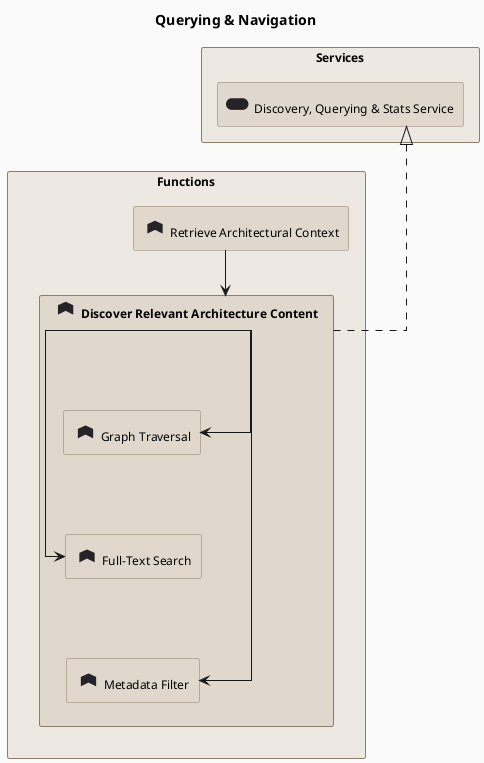
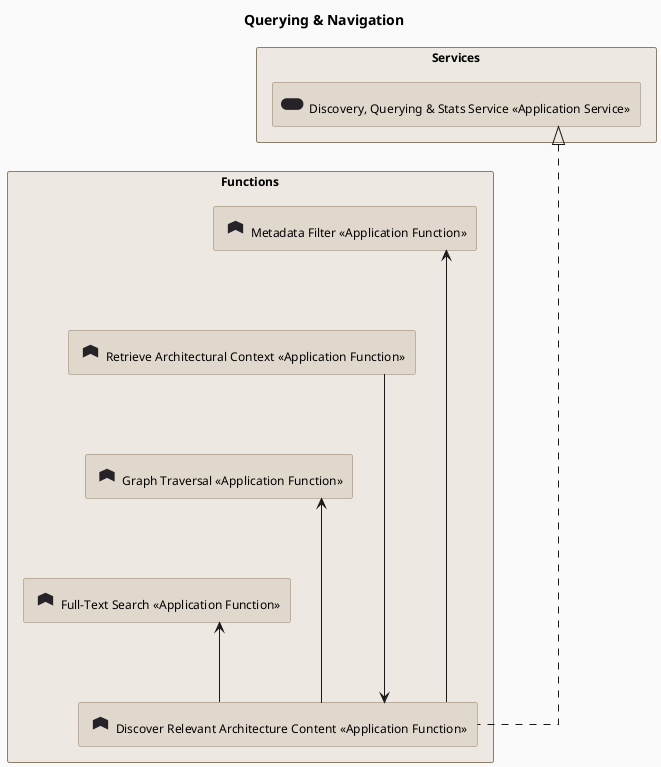
---
artifact-id: ARC@1780830301.AypVs2.querying-navigation
artifact-type: diagram
name: Querying & Navigation
version: 0.1.0
status: draft
diagram-type: archimate-layered
entity-ids-used:
+ - FNC@1776633706.3jpc7O.metadata-filter
- FNC@1777390452.3seqIw.retrieve-architectural-context
- - FNC@1777390444.lLdx12.discover-relevant-architecture-content
- FNC@1776633080.BdEMPx.graph-traversal
- FNC@1776633704.bFY40B.full-text-search
- - FNC@1776633706.3jpc7O.metadata-filter
+ - FNC@1777390444.lLdx12.discover-relevant-architecture-content
- SRV@1712870400.Qr8St8.discovery-querying-stats-service
connection-ids-used:
- - FNC@1777390444.lLdx12.discover-relevant-architecture-content---FNC@1776633080.BdEMPx.graph-traversal@@archimate-aggregation
- - FNC@1777390444.lLdx12.discover-relevant-architecture-content---FNC@1776633080.BdEMPx.graph-traversal@@archimate-triggering
- - FNC@1777390444.lLdx12.discover-relevant-architecture-content---FNC@1776633704.bFY40B.full-text-search@@archimate-aggregation
- - FNC@1777390444.lLdx12.discover-relevant-architecture-content---FNC@1776633704.bFY40B.full-text-search@@archimate-triggering
- - FNC@1777390444.lLdx12.discover-relevant-architecture-content---FNC@1776633706.3jpc7O.metadata-filter@@archimate-aggregation
- - FNC@1777390444.lLdx12.discover-relevant-architecture-content---FNC@1776633706.3jpc7O.metadata-filter@@archimate-triggering
- - FNC@1777390452.3seqIw.retrieve-architectural-context---FNC@1777390444.lLdx12.discover-relevant-architecture-content@@archimate-triggering
- - FNC@1777390444.lLdx12.discover-relevant-architecture-content---SRV@1712870400.Qr8St8.discovery-querying-stats-service@@archimate-realization
- last-updated: '2026-07-05'
+ - FNC@1777390444.lLdx12---FNC@1776633080.BdEMPx@@archimate-triggering
+ - FNC@1777390444.lLdx12---FNC@1776633704.bFY40B@@archimate-triggering
+ - FNC@1777390444.lLdx12---FNC@1776633706.3jpc7O@@archimate-triggering
+ - FNC@1777390452.3seqIw---FNC@1777390444.lLdx12@@archimate-triggering
+ - FNC@1777390444.lLdx12---SRV@1712870400.Qr8St8@@archimate-realization
+ last-updated: '2026-07-19'
---
@startuml querying---navigation
hide stereotype

skinparam defaultFontName "Helvetica Neue, Helvetica, Arial, sans-serif"
skinparam defaultFontSize 12
skinparam shadowing false
skinparam roundcorner 4
skinparam backgroundColor #FAFAFA

skinparam linetype ortho
skinparam nodesep 60
skinparam ranksep 80
!define Rel_Triggering(from, to, label) from --> to
!define Rel_Realization(from, to, label) from ..|> to
!define Rel_Realization_Up(from, to, label) from ..|> to
!define Rel_Serving(from, to, label) from --> to
!define Rel_Association(from, to, label) from -- to
!define Rel_Association_Left(from, to, label) from -- to
!define Rel_Association_Right(from, to, label) from -- to
!define Rel_Access(from, to, label) from ..> to
!define Rel_Influence(from, to, label) from ..> to
skinparam rectangle<<CommonGrouping>> {
  BackgroundColor #EDE8E1
  BorderColor #8C7E6A
}
skinparam rectangle<<function>> {
  BackgroundColor #E0D8CC
  BorderColor #8C7E6A
}
skinparam rectangle<<service>> {
  BackgroundColor #E0D8CC
  BorderColor #8C7E6A
}
sprite $archimate_function <svg xmlns="http://www.w3.org/2000/svg" viewBox="0 0 16 16"><path d="M2.9 11.7V5.4L8 3.1l5.1 2.3v6.3L8 9.2z"  fill="#252327" stroke="none"/></svg>
sprite $archimate_service <svg xmlns="http://www.w3.org/2000/svg" viewBox="0 0 16 16"><path d="M3.2 4.1h7.2a2.8 2.8 0 0 1 0 7.8H3.2a2.8 2.8 0 0 1 0-7.8z"  fill="#252327" stroke="none"/></svg>

top to bottom direction

title Querying & Navigation

rectangle "Services" <<CommonGrouping>> {
-   rectangle "<$archimate_service{scale=1.5}> Discovery, Querying & Stats Service" <<service>> as SRV_Qr8St8
+   rectangle "<$archimate_service{scale=1.5}> Discovery, Querying & Stats Service «Application Service»" <<service>> as SRV_Qr8St8
}

rectangle "Functions" <<CommonGrouping>> {
-   rectangle "<$archimate_function{scale=1.5}> Retrieve Architectural Context" <<function>> as FNC_3seqIw
-   rectangle "<$archimate_function{scale=1.5}> Discover Relevant Architecture Content" <<function>> as FNC_lLdx12 {
-     rectangle "<$archimate_function{scale=1.5}> Graph Traversal" <<function>> as FNC_BdEMPx
-     rectangle "<$archimate_function{scale=1.5}> Full-Text Search" <<function>> as FNC_bFY40B
-     rectangle "<$archimate_function{scale=1.5}> Metadata Filter" <<function>> as FNC_3jpc7O
-     FNC_BdEMPx -[hidden]down- FNC_bFY40B
-     FNC_bFY40B -[hidden]down- FNC_3jpc7O
-   }
+   rectangle "<$archimate_function{scale=1.5}> Metadata Filter «Application Function»" <<function>> as FNC_3jpc7O
+   rectangle "<$archimate_function{scale=1.5}> Retrieve Architectural Context «Application Function»" <<function>> as FNC_3seqIw
+   rectangle "<$archimate_function{scale=1.5}> Graph Traversal «Application Function»" <<function>> as FNC_BdEMPx
+   rectangle "<$archimate_function{scale=1.5}> Full-Text Search «Application Function»" <<function>> as FNC_bFY40B
+   rectangle "<$archimate_function{scale=1.5}> Discover Relevant Architecture Content «Application Function»" <<function>> as FNC_lLdx12
}
- FNC_3seqIw -[hidden]down- FNC_lLdx12
- SRV_Qr8St8 -[hidden]down- FNC_3seqIw
+ FNC_3jpc7O -[hidden]down- FNC_3seqIw
+ FNC_3seqIw -[hidden]down- FNC_BdEMPx
+ FNC_BdEMPx -[hidden]down- FNC_bFY40B
+ FNC_bFY40B -[hidden]down- FNC_lLdx12
+ SRV_Qr8St8 -[hidden]down- FNC_3jpc7O

' Connections
FNC_lLdx12 --> FNC_BdEMPx
FNC_lLdx12 --> FNC_bFY40B
FNC_lLdx12 --> FNC_3jpc7O
FNC_3seqIw --> FNC_lLdx12
FNC_lLdx12 .up.|> SRV_Qr8St8

@enduml
